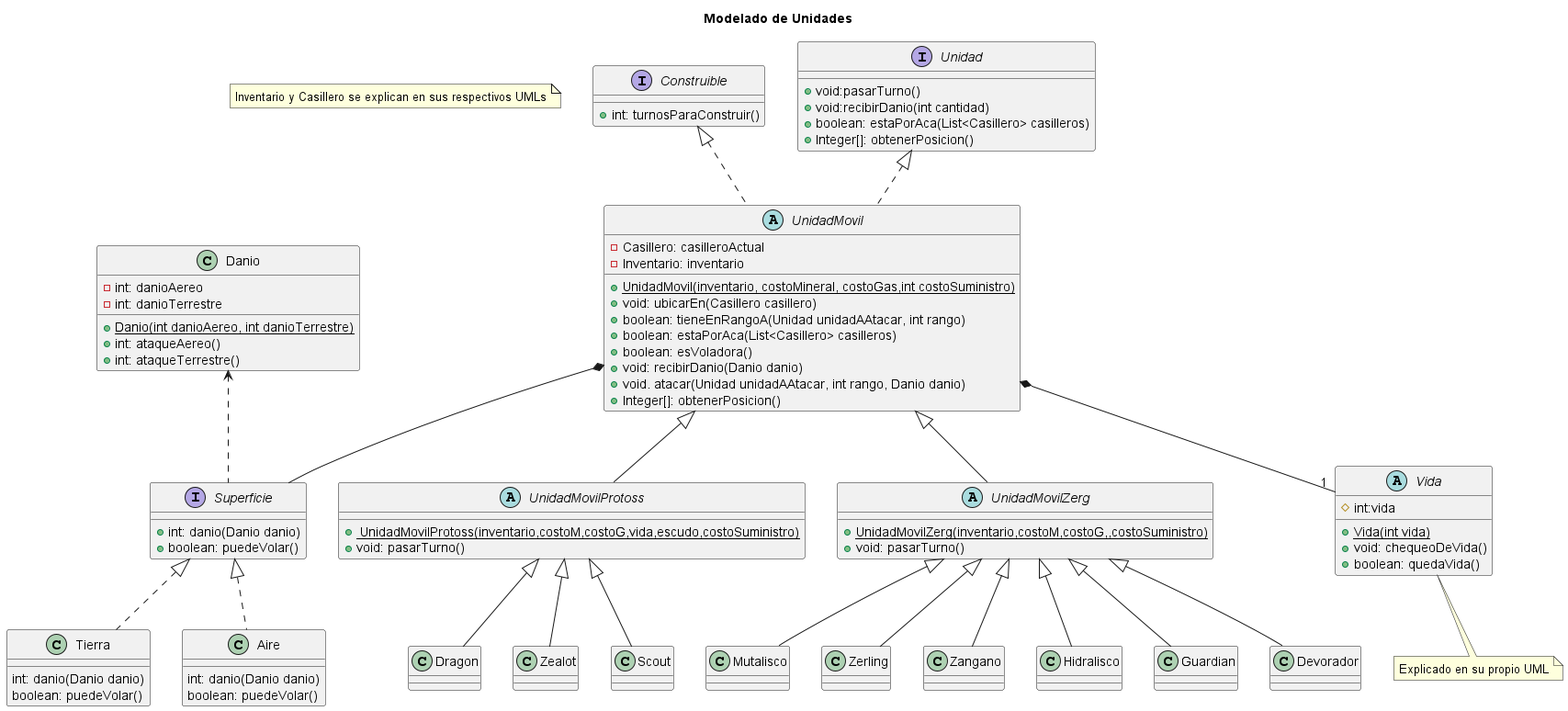
Before: diagrams/classes/unidades.png, a diagram exported from PlantUML (m-cabrerar/AlgoStar).
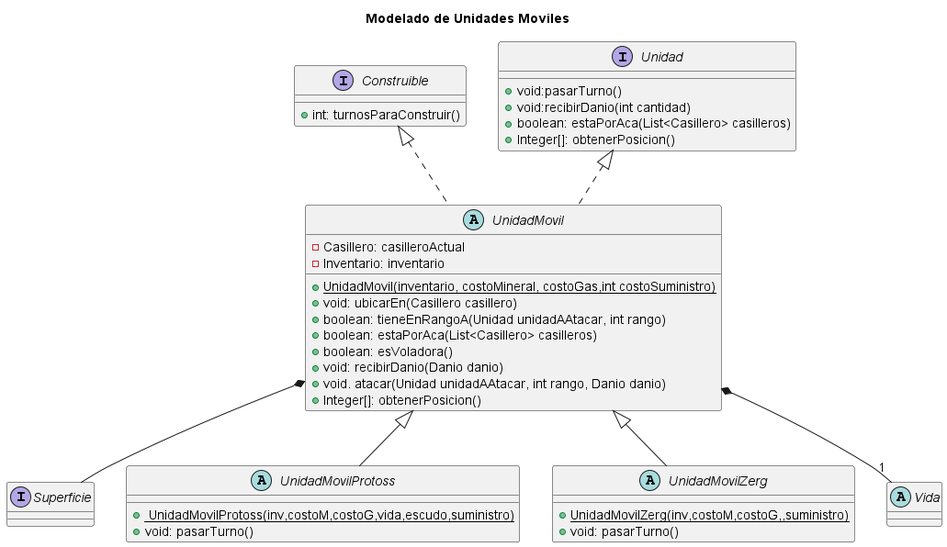
The same file after the commit.

Commit message:
UML actualizacion

The edit, as a diff of the source:
```diff
@@ -1,21 +1,6 @@
 @startuml
-title Modelado de Unidades
-note "Inventario y Casillero se explican en sus respectivos UMLs" as N1
-
-interface Superficie{
-+ int: danio(Danio danio)
-+ boolean: puedeVolar()
-}
-class Tierra{
- int: danio(Danio danio)
- boolean: puedeVolar()
-}
-class Aire{
-int: danio(Danio danio)
-boolean: puedeVolar()
-}
-
-
+title Modelado de Unidades Moviles
+interface Superficie{}
 
 interface Construible {
 +int: turnosParaConstruir()
@@ -36,12 +21,12 @@
 }
 
 abstract class UnidadMovilProtoss {
- + <u> UnidadMovilProtoss(inventario,costoM,costoG,vida,escudo,costoSuministro)
+ + <u> UnidadMovilProtoss(inv,costoM,costoG,vida,escudo,suministro)
  + void: pasarTurno()
 }
 
 abstract class UnidadMovilZerg{
- + <u>UnidadMovilZerg(inventario,costoM,costoG,,costoSuministro)
+ + <u>UnidadMovilZerg(inv,costoM,costoG,,suministro)
  + void: pasarTurno()
 }
 
@@ -53,33 +38,8 @@
 }
 
 abstract class Vida{
-#int:vida
 
-+<u>Vida(int vida)
-+void: chequeoDeVida()
-+boolean: quedaVida()
 }
-note bottom: Explicado en su propio UML
-
-class Danio{
--int: danioAereo
--int: danioTerrestre
-
-+<u>Danio(int danioAereo, int danioTerrestre)
-+int: ataqueAereo()
-+int: ataqueTerrestre()
-}
-
-class Dragon{}
-class Zealot{}
-class Scout{}
-
-class Mutalisco{}
-class Zerling{}
-class Zangano{}
-class Hidralisco{}
-class Guardian{}
-class Devorador{}
 
 Unidad <|.. UnidadMovil
 
@@ -88,21 +48,10 @@
 UnidadMovil <|-- UnidadMovilProtoss
 UnidadMovil <|-- UnidadMovilZerg
 
-UnidadMovilProtoss <|-- Dragon
-UnidadMovilProtoss <|-- Zealot
-UnidadMovilProtoss <|-- Scout
 
-UnidadMovilZerg <|-- Mutalisco
-UnidadMovilZerg <|-- Zerling
-UnidadMovilZerg <|-- Hidralisco
-UnidadMovilZerg <|-- Guardian
-UnidadMovilZerg <|-- Devorador
-UnidadMovilZerg <|-- Zangano
 
 UnidadMovil *-- Superficie
-Superficie <|.. Tierra
-Superficie <|.. Aire
-Danio <.. Superficie
+
 
 UnidadMovil *-- "1"Vida
 
```
